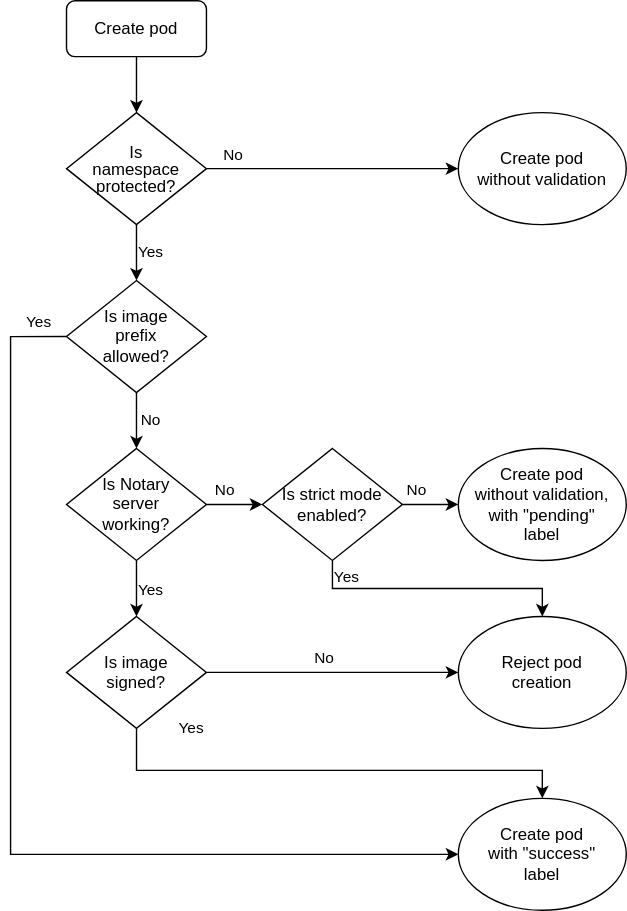
The draw.io diagram docs/assets/user_operations.svg in kyma-project/warden, before a commit. Source tidied: cells renumbered, new cells last; positions are measured from the earlier drawing's top-left corner, leaving out a move shared by most shapes.
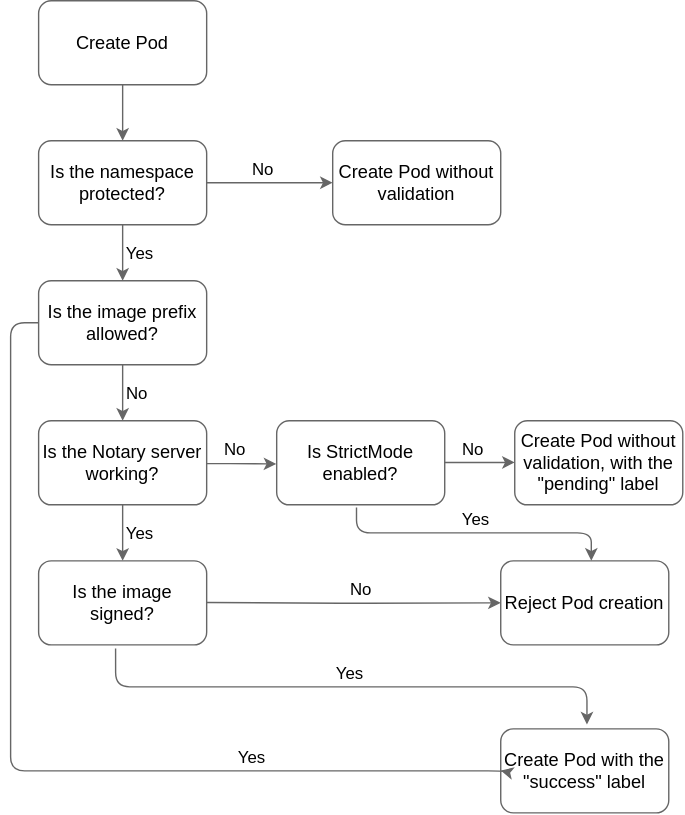
After the commit.

Diff of the diagram source:
```diff
@@ -1,129 +1,166 @@
-<mxGraphModel>
+<mxGraphModel background="#FFFFFF">
   <root>
-    <mxCell id="0" />
-    <mxCell id="1" parent="0" />
-    <mxCell id="2" style="edgeStyle=orthogonalEdgeStyle;rounded=0;jettySize=auto;html=1;" parent="1" edge="1" source="3" target="7">
-      <mxGeometry relative="1" as="geometry" />
-    </mxCell>
-    <mxCell id="3" value="Create pod" style="rounded=1;whiteSpace=wrap;html=1;fontSize=12;glass=0;strokeWidth=1;shadow=0;" parent="1" vertex="1">
-      <mxGeometry x="40" width="100" height="40" as="geometry" />
-    </mxCell>
-    <mxCell id="4" value="Yes" style="edgeStyle=orthogonalEdgeStyle;rounded=0;jettySize=auto;html=1;" parent="1" edge="1" source="7" target="31">
-      <mxGeometry y="10" relative="1" as="geometry" />
-    </mxCell>
-    <mxCell id="5" style="edgeStyle=orthogonalEdgeStyle;rounded=0;jettySize=auto;html=1;" parent="1" edge="1" source="7" target="13">
-      <mxGeometry relative="1" as="geometry" />
-    </mxCell>
-    <mxCell id="6" value="No" style="edgeLabel;html=1;align=center;verticalAlign=middle;" parent="5" vertex="1">
-      <mxGeometry x="0.12" y="1" relative="1" as="geometry">
-        <mxPoint x="-82" y="-9" as="offset" />
-      </mxGeometry>
-    </mxCell>
-    <mxCell id="7" value="&lt;p style=&quot;line-height: 100%;&quot;&gt;Is namespace protected?&lt;/p&gt;" style="rhombus;whiteSpace=wrap;html=1;shadow=0;fontFamily=Helvetica;fontSize=12;align=center;strokeWidth=1;spacing=6;spacingTop=0;spacingLeft=10;spacingRight=10;" parent="1" vertex="1">
-      <mxGeometry x="40" y="80" width="100" height="80" as="geometry" />
-    </mxCell>
-    <mxCell id="8" style="edgeStyle=orthogonalEdgeStyle;rounded=0;jettySize=auto;html=1;entryX=0.5;entryY=0;entryDx=0;entryDy=0;" parent="1" edge="1" source="12" target="25">
-      <mxGeometry relative="1" as="geometry" />
-    </mxCell>
-    <mxCell id="9" value="Yes" style="edgeLabel;html=1;align=center;verticalAlign=middle;" parent="8" vertex="1">
-      <mxGeometry x="-0.05" y="1" relative="1" as="geometry">
-        <mxPoint x="9" y="1" as="offset" />
-      </mxGeometry>
-    </mxCell>
-    <mxCell id="10" style="edgeStyle=orthogonalEdgeStyle;rounded=0;jettySize=auto;html=1;" parent="1" edge="1" source="12" target="18">
-      <mxGeometry relative="1" as="geometry" />
-    </mxCell>
-    <mxCell id="11" value="No" style="edgeLabel;html=1;align=center;verticalAlign=middle;" parent="10" vertex="1">
-      <mxGeometry x="-0.38" relative="1" as="geometry">
-        <mxPoint y="-10" as="offset" />
-      </mxGeometry>
-    </mxCell>
-    <mxCell id="12" value="Is Notary server working?" style="rhombus;whiteSpace=wrap;html=1;shadow=0;fontFamily=Helvetica;fontSize=12;align=center;strokeWidth=1;spacing=6;spacingTop=0;spacingLeft=10;spacingRight=10;" parent="1" vertex="1">
-      <mxGeometry x="40" y="320" width="100" height="80" as="geometry" />
-    </mxCell>
-    <mxCell id="13" value="Create pod without validation" style="ellipse;whiteSpace=wrap;html=1;spacingLeft=10;spacingRight=10;" parent="1" vertex="1">
-      <mxGeometry x="320" y="80" width="120" height="80" as="geometry" />
-    </mxCell>
-    <mxCell id="14" style="edgeStyle=orthogonalEdgeStyle;rounded=0;jettySize=auto;html=1;entryX=0;entryY=0.5;entryDx=0;entryDy=0;" parent="1" edge="1" source="18" target="19">
-      <mxGeometry relative="1" as="geometry" />
-    </mxCell>
-    <mxCell id="15" value="No" style="edgeLabel;html=1;align=center;verticalAlign=middle;" parent="14" vertex="1">
-      <mxGeometry x="0.12" y="-1" relative="1" as="geometry">
-        <mxPoint x="-12" y="-11" as="offset" />
-      </mxGeometry>
-    </mxCell>
-    <mxCell id="16" style="edgeStyle=orthogonalEdgeStyle;rounded=0;jettySize=auto;html=1;entryX=0.5;entryY=0;entryDx=0;entryDy=0;" parent="1" edge="1" source="18" target="20">
-      <mxGeometry relative="1" as="geometry">
-        <Array as="points">
-          <mxPoint x="230" y="420" />
-          <mxPoint x="380" y="420" />
-        </Array>
-      </mxGeometry>
-    </mxCell>
-    <mxCell id="17" value="Yes" style="edgeLabel;html=1;align=center;verticalAlign=middle;" parent="16" vertex="1">
-      <mxGeometry x="-0.88" y="2" relative="1" as="geometry">
-        <mxPoint x="8" as="offset" />
-      </mxGeometry>
-    </mxCell>
-    <mxCell id="18" value="Is strict mode enabled?" style="rhombus;whiteSpace=wrap;html=1;spacingLeft=10;spacingRight=10;" parent="1" vertex="1">
-      <mxGeometry x="180" y="320" width="100" height="80" as="geometry" />
-    </mxCell>
-    <mxCell id="19" value="Create pod without validation, with &quot;pending&quot; label" style="ellipse;whiteSpace=wrap;html=1;spacingLeft=10;spacingRight=10;" parent="1" vertex="1">
-      <mxGeometry x="320" y="320" width="120" height="80" as="geometry" />
-    </mxCell>
-    <mxCell id="20" value="Reject pod creation" style="ellipse;whiteSpace=wrap;html=1;spacingLeft=10;spacingRight=10;" parent="1" vertex="1">
-      <mxGeometry x="320" y="440" width="120" height="80" as="geometry" />
-    </mxCell>
-    <mxCell id="21" style="edgeStyle=orthogonalEdgeStyle;rounded=0;jettySize=auto;html=1;exitX=1;exitY=0.5;exitDx=0;exitDy=0;entryX=0;entryY=0.5;entryDx=0;entryDy=0;" parent="1" edge="1" source="25" target="20">
-      <mxGeometry relative="1" as="geometry" />
-    </mxCell>
-    <mxCell id="22" value="No" style="edgeLabel;html=1;align=center;verticalAlign=middle;" parent="21" vertex="1">
-      <mxGeometry x="-0.06" y="3" relative="1" as="geometry">
-        <mxPoint y="-7" as="offset" />
-      </mxGeometry>
-    </mxCell>
-    <mxCell id="23" style="edgeStyle=orthogonalEdgeStyle;rounded=0;jettySize=auto;html=1;entryX=0.5;entryY=0;entryDx=0;entryDy=0;" parent="1" edge="1" source="25" target="26">
-      <mxGeometry relative="1" as="geometry">
-        <Array as="points">
-          <mxPoint x="90" y="550" />
-          <mxPoint x="380" y="550" />
-        </Array>
-      </mxGeometry>
-    </mxCell>
-    <mxCell id="24" value="Yes" style="edgeLabel;html=1;align=center;verticalAlign=middle;" parent="23" vertex="1">
-      <mxGeometry x="-0.06" y="2" relative="1" as="geometry">
-        <mxPoint x="-91" y="-28" as="offset" />
-      </mxGeometry>
-    </mxCell>
-    <mxCell id="25" value="Is image signed?" style="rhombus;whiteSpace=wrap;html=1;spacingLeft=10;spacingRight=10;" parent="1" vertex="1">
-      <mxGeometry x="40" y="440" width="100" height="80" as="geometry" />
-    </mxCell>
-    <mxCell id="26" value="Create pod&lt;div&gt;with &quot;success&quot; label&lt;/div&gt;" style="ellipse;whiteSpace=wrap;html=1;spacingLeft=10;spacingRight=10;" parent="1" vertex="1">
-      <mxGeometry x="320" y="570" width="120" height="80" as="geometry" />
-    </mxCell>
-    <mxCell id="27" style="edgeStyle=orthogonalEdgeStyle;rounded=0;jettySize=auto;html=1;exitX=0;exitY=0.5;exitDx=0;exitDy=0;entryX=0;entryY=0.5;entryDx=0;entryDy=0;" parent="1" edge="1" source="31" target="26">
-      <mxGeometry relative="1" as="geometry">
-        <Array as="points">
-          <mxPoint y="240" />
-          <mxPoint y="610" />
-        </Array>
-      </mxGeometry>
-    </mxCell>
-    <mxCell id="28" value="Yes" style="edgeLabel;html=1;align=center;verticalAlign=middle;" parent="27" vertex="1">
-      <mxGeometry x="-0.94" y="-2" relative="1" as="geometry">
-        <mxPoint y="-8" as="offset" />
-      </mxGeometry>
-    </mxCell>
-    <mxCell id="29" style="edgeStyle=orthogonalEdgeStyle;rounded=0;jettySize=auto;html=1;" parent="1" edge="1" source="31" target="12">
-      <mxGeometry relative="1" as="geometry" />
-    </mxCell>
-    <mxCell id="30" value="No" style="edgeLabel;html=1;align=center;verticalAlign=middle;" parent="29" vertex="1">
-      <mxGeometry x="-0.13" y="1" relative="1" as="geometry">
-        <mxPoint x="9" y="2" as="offset" />
-      </mxGeometry>
-    </mxCell>
-    <mxCell id="31" value="Is image prefix allowed?" style="rhombus;shadow=0;rounded=0;whiteSpace=wrap;html=1;labelBorderColor=none;labelBackgroundColor=none;verticalAlign=middle;horizontal=1;spacingRight=10;spacingLeft=10;" parent="1" vertex="1">
-      <mxGeometry x="40" y="200" width="100" height="80" as="geometry" />
-    </mxCell>
+    <mxCell id="32" />
+    <mxCell id="33" parent="32" />
+    <mxCell id="34" value="Create Pod" style="rounded=1;whiteSpace=wrap;html=1;fontSize=13;strokeColor=#666666;" parent="33" vertex="1">
+      <mxGeometry x="130" y="130" width="120" height="60" as="geometry" />
+    </mxCell>
+    <mxCell id="35" style="edgeStyle=orthogonalEdgeStyle;rounded=1;jettySize=auto;html=1;startArrow=none;startFill=0;endArrow=classic;endFill=1;strokeColor=#666666;entryX=0.5;entryY=0;entryDx=0;entryDy=0;exitX=0.5;exitY=1;exitDx=0;exitDy=0;" parent="33" edge="1" source="34" target="36">
+      <mxGeometry relative="1" as="geometry" />
+    </mxCell>
+    <mxCell id="36" value="Is the namespace protected?" style="rounded=1;whiteSpace=wrap;html=1;fontSize=13;strokeColor=#666666;" parent="33" vertex="1">
+      <mxGeometry x="130" y="230" width="120" height="60" as="geometry" />
+    </mxCell>
+    <mxCell id="37" value="Is the image prefix allowed?" style="rounded=1;whiteSpace=wrap;html=1;fontSize=13;strokeColor=#666666;" parent="33" vertex="1">
+      <mxGeometry x="130" y="330" width="120" height="60" as="geometry" />
+    </mxCell>
+    <mxCell id="38" style="edgeStyle=orthogonalEdgeStyle;rounded=1;orthogonalLoop=1;jettySize=auto;html=1;startArrow=none;startFill=0;endArrow=classic;endFill=1;strokeColor=#666666;entryX=0.5;entryY=0;entryDx=0;entryDy=0;exitX=0.5;exitY=1;exitDx=0;exitDy=0;" parent="33" edge="1">
+      <mxGeometry relative="1" as="geometry">
+        <mxPoint x="190" y="290" as="sourcePoint" />
+        <mxPoint x="190" y="330" as="targetPoint" />
+        <Array as="points">
+          <mxPoint x="190" y="310" />
+          <mxPoint x="190" y="310" />
+        </Array>
+      </mxGeometry>
+    </mxCell>
+    <mxCell id="39" value="No" style="edgeLabel;html=1;align=center;verticalAlign=middle;labelBackgroundColor=none;fontSize=12;" parent="38" vertex="1">
+      <mxGeometry x="0.35" y="-4" relative="1" as="geometry">
+        <mxPoint x="104" y="-67" as="offset" />
+      </mxGeometry>
+    </mxCell>
+    <mxCell id="40" value="Yes" style="edgeLabel;html=1;align=center;verticalAlign=middle;labelBackgroundColor=none;fontSize=12;spacingLeft=4;" parent="38" vertex="1">
+      <mxGeometry x="0.35" y="-4" relative="1" as="geometry">
+        <mxPoint x="14" y="-7" as="offset" />
+      </mxGeometry>
+    </mxCell>
+    <mxCell id="41" value="No" style="edgeLabel;html=1;align=center;verticalAlign=middle;labelBackgroundColor=none;fontSize=12;" parent="38" vertex="1">
+      <mxGeometry x="0.35" y="-4" relative="1" as="geometry">
+        <mxPoint x="14" y="93" as="offset" />
+      </mxGeometry>
+    </mxCell>
+    <mxCell id="42" value="Yes" style="edgeLabel;html=1;align=center;verticalAlign=middle;labelBackgroundColor=none;fontSize=12;spacingLeft=4;" parent="38" vertex="1">
+      <mxGeometry x="0.35" y="-4" relative="1" as="geometry">
+        <mxPoint x="14" y="193" as="offset" />
+      </mxGeometry>
+    </mxCell>
+    <mxCell id="43" value="No" style="edgeLabel;html=1;align=center;verticalAlign=middle;labelBackgroundColor=none;fontSize=12;" parent="38" vertex="1">
+      <mxGeometry x="0.35" y="-4" relative="1" as="geometry">
+        <mxPoint x="84" y="133" as="offset" />
+      </mxGeometry>
+    </mxCell>
+    <mxCell id="44" value="No" style="edgeLabel;html=1;align=center;verticalAlign=middle;labelBackgroundColor=none;fontSize=12;" parent="38" vertex="1">
+      <mxGeometry x="0.35" y="-4" relative="1" as="geometry">
+        <mxPoint x="254" y="133" as="offset" />
+      </mxGeometry>
+    </mxCell>
+    <mxCell id="45" value="No" style="edgeLabel;html=1;align=center;verticalAlign=middle;labelBackgroundColor=none;fontSize=12;" parent="38" vertex="1">
+      <mxGeometry x="0.35" y="-4" relative="1" as="geometry">
+        <mxPoint x="174" y="233" as="offset" />
+      </mxGeometry>
+    </mxCell>
+    <mxCell id="46" value="Yes" style="edgeLabel;html=1;align=center;verticalAlign=middle;labelBackgroundColor=none;fontSize=12;spacingLeft=4;" parent="38" vertex="1">
+      <mxGeometry x="0.35" y="-4" relative="1" as="geometry">
+        <mxPoint x="254" y="183" as="offset" />
+      </mxGeometry>
+    </mxCell>
+    <mxCell id="47" value="Yes" style="edgeLabel;html=1;align=center;verticalAlign=middle;labelBackgroundColor=none;fontSize=12;spacingLeft=4;" parent="38" vertex="1">
+      <mxGeometry x="0.35" y="-4" relative="1" as="geometry">
+        <mxPoint x="164" y="293" as="offset" />
+      </mxGeometry>
+    </mxCell>
+    <mxCell id="48" value="Yes" style="edgeLabel;html=1;align=center;verticalAlign=middle;labelBackgroundColor=none;fontSize=12;spacingLeft=4;" parent="38" vertex="1">
+      <mxGeometry x="0.35" y="-4" relative="1" as="geometry">
+        <mxPoint x="94" y="353" as="offset" />
+      </mxGeometry>
+    </mxCell>
+    <mxCell id="49" style="edgeStyle=orthogonalEdgeStyle;rounded=1;orthogonalLoop=1;jettySize=auto;html=1;startArrow=none;startFill=0;endArrow=classic;endFill=1;strokeColor=#666666;entryX=0.5;entryY=0;entryDx=0;entryDy=0;exitX=0.5;exitY=1;exitDx=0;exitDy=0;" parent="33" edge="1">
+      <mxGeometry relative="1" as="geometry">
+        <mxPoint x="190" y="390" as="sourcePoint" />
+        <mxPoint x="190" y="430" as="targetPoint" />
+        <Array as="points">
+          <mxPoint x="190" y="410" />
+          <mxPoint x="190" y="410" />
+        </Array>
+      </mxGeometry>
+    </mxCell>
+    <mxCell id="50" value="Is the Notary server working?" style="rounded=1;whiteSpace=wrap;html=1;fontSize=13;strokeColor=#666666;" parent="33" vertex="1">
+      <mxGeometry x="130" y="430" width="120" height="60" as="geometry" />
+    </mxCell>
+    <mxCell id="51" style="edgeStyle=orthogonalEdgeStyle;rounded=1;orthogonalLoop=1;jettySize=auto;html=1;startArrow=none;startFill=0;endArrow=classic;endFill=1;strokeColor=#666666;entryX=0.5;entryY=0;entryDx=0;entryDy=0;exitX=0.5;exitY=1;exitDx=0;exitDy=0;" parent="33" edge="1">
+      <mxGeometry relative="1" as="geometry">
+        <mxPoint x="190" y="490" as="sourcePoint" />
+        <mxPoint x="190" y="530" as="targetPoint" />
+        <Array as="points">
+          <mxPoint x="190" y="510" />
+          <mxPoint x="190" y="510" />
+        </Array>
+      </mxGeometry>
+    </mxCell>
+    <mxCell id="52" value="Is the image signed?" style="rounded=1;whiteSpace=wrap;html=1;fontSize=13;strokeColor=#666666;" parent="33" vertex="1">
+      <mxGeometry x="130" y="530" width="120" height="60" as="geometry" />
+    </mxCell>
+    <mxCell id="53" value="Create Pod without validation" style="rounded=1;whiteSpace=wrap;html=1;fontSize=13;strokeColor=#666666;" parent="33" vertex="1">
+      <mxGeometry x="340" y="230" width="120" height="60" as="geometry" />
+    </mxCell>
+    <mxCell id="54" style="edgeStyle=orthogonalEdgeStyle;rounded=1;orthogonalLoop=1;jettySize=auto;html=1;strokeColor=#666666;" parent="33" edge="1">
+      <mxGeometry relative="1" as="geometry">
+        <mxPoint x="250" y="260" as="sourcePoint" />
+        <mxPoint x="340" y="260" as="targetPoint" />
+      </mxGeometry>
+    </mxCell>
+    <mxCell id="55" style="edgeStyle=orthogonalEdgeStyle;rounded=1;jettySize=auto;html=1;strokeColor=#666666;exitX=0.999;exitY=0.51;exitDx=0;exitDy=0;exitPerimeter=0;entryX=-0.002;entryY=0.514;entryDx=0;entryDy=0;entryPerimeter=0;" parent="33" edge="1" source="50" target="56">
+      <mxGeometry relative="1" as="geometry" />
+    </mxCell>
+    <mxCell id="56" value="Is StrictMode enabled?" style="rounded=1;whiteSpace=wrap;html=1;fontSize=13;strokeColor=#666666;" parent="33" vertex="1">
+      <mxGeometry x="300" y="430" width="120" height="60" as="geometry" />
+    </mxCell>
+    <mxCell id="57" style="edgeStyle=orthogonalEdgeStyle;rounded=1;orthogonalLoop=1;jettySize=auto;html=1;strokeColor=#666666;exitX=0.999;exitY=0.51;exitDx=0;exitDy=0;exitPerimeter=0;entryX=-0.002;entryY=0.514;entryDx=0;entryDy=0;entryPerimeter=0;" parent="33" edge="1">
+      <mxGeometry relative="1" as="geometry">
+        <mxPoint x="420" y="459.8" as="sourcePoint" />
+        <mxPoint x="470" y="459.8" as="targetPoint" />
+      </mxGeometry>
+    </mxCell>
+    <mxCell id="58" value="Create Pod without validation, with the &quot;pending&quot; label" style="rounded=1;whiteSpace=wrap;html=1;fontSize=13;strokeColor=#666666;" parent="33" vertex="1">
+      <mxGeometry x="470" y="430" width="120" height="60" as="geometry" />
+    </mxCell>
+    <mxCell id="59" style="edgeStyle=orthogonalEdgeStyle;rounded=1;orthogonalLoop=1;jettySize=auto;html=1;strokeColor=#666666;" parent="33" edge="1">
+      <mxGeometry relative="1" as="geometry">
+        <mxPoint x="250" y="559.8" as="sourcePoint" />
+        <mxPoint x="460" y="560" as="targetPoint" />
+      </mxGeometry>
+    </mxCell>
+    <mxCell id="60" value="Reject Pod creation" style="rounded=1;whiteSpace=wrap;html=1;fontSize=13;strokeColor=#666666;" parent="33" vertex="1">
+      <mxGeometry x="460" y="530" width="120" height="60" as="geometry" />
+    </mxCell>
+    <mxCell id="61" style="edgeStyle=orthogonalEdgeStyle;rounded=1;jettySize=auto;html=1;strokeColor=#666666;entryX=0.539;entryY=-0.001;entryDx=0;entryDy=0;entryPerimeter=0;exitX=0.475;exitY=1.031;exitDx=0;exitDy=0;exitPerimeter=0;" parent="33" edge="1" source="56" target="60">
+      <mxGeometry relative="1" as="geometry">
+        <Array as="points">
+          <mxPoint x="357" y="510" />
+          <mxPoint x="525" y="510" />
+        </Array>
+      </mxGeometry>
+    </mxCell>
+    <mxCell id="62" value="Create Pod with the &quot;success&quot; label" style="rounded=1;whiteSpace=wrap;html=1;fontSize=13;strokeColor=#666666;" parent="33" vertex="1">
+      <mxGeometry x="460" y="650" width="120" height="60" as="geometry" />
+    </mxCell>
+    <mxCell id="63" style="edgeStyle=orthogonalEdgeStyle;rounded=1;jettySize=auto;html=1;strokeColor=#666666;entryX=0.513;entryY=-0.052;entryDx=0;entryDy=0;entryPerimeter=0;exitX=0.458;exitY=1.043;exitDx=0;exitDy=0;exitPerimeter=0;" parent="33" edge="1" source="52" target="62">
+      <mxGeometry relative="1" as="geometry">
+        <Array as="points">
+          <mxPoint x="185" y="620" />
+          <mxPoint x="522" y="620" />
+        </Array>
+      </mxGeometry>
+    </mxCell>
+    <mxCell id="64" style="edgeStyle=orthogonalEdgeStyle;rounded=1;jettySize=auto;html=1;strokeColor=#666666;exitX=0;exitY=0.5;exitDx=0;exitDy=0;" parent="33" edge="1" source="37">
+      <mxGeometry relative="1" as="geometry">
+        <mxPoint x="460" y="679.8" as="targetPoint" />
+        <Array as="points">
+          <mxPoint x="110" y="360" />
+          <mxPoint x="110" y="680" />
+          <mxPoint x="461" y="680" />
+        </Array>
+      </mxGeometry>
+    </mxCell>
   </root>
 </mxGraphModel>
```
